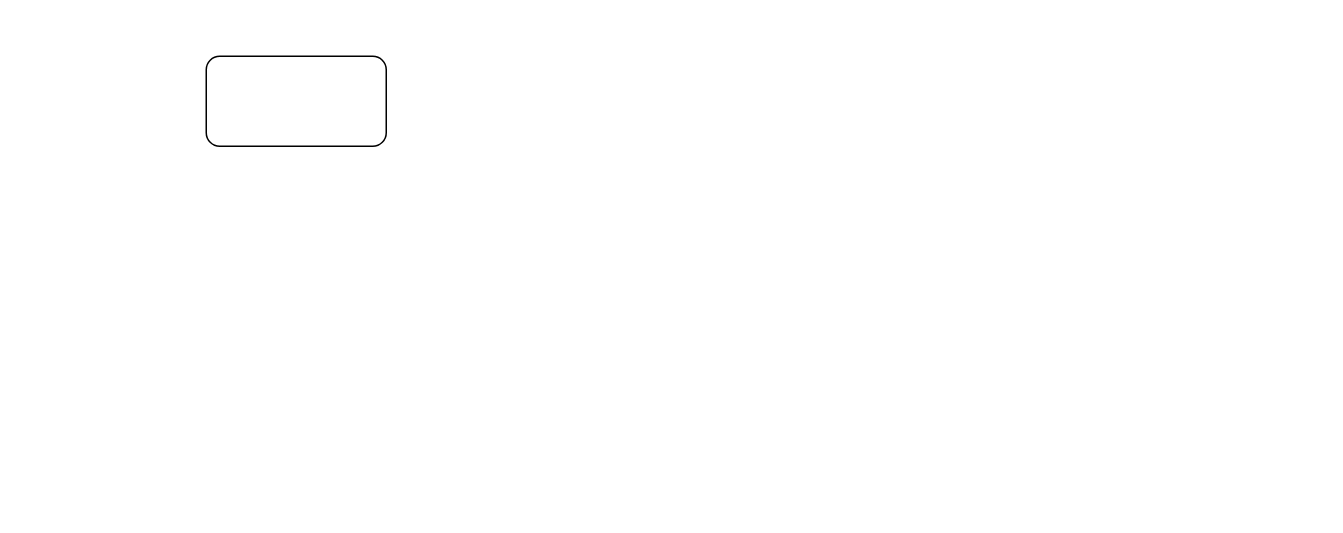
walkwall/drawing keeps this draw.io diagram as Untitled Diagram.drawio. Above is the earlier version. Source tidied: cells renumbered, new cells numbered last; positions are measured from the earlier drawing's top-left corner, leaving out a move shared by most shapes. Both pictures are drawn from the tidied source at 150%, with x=0, y=0 at pixel (206, 56).
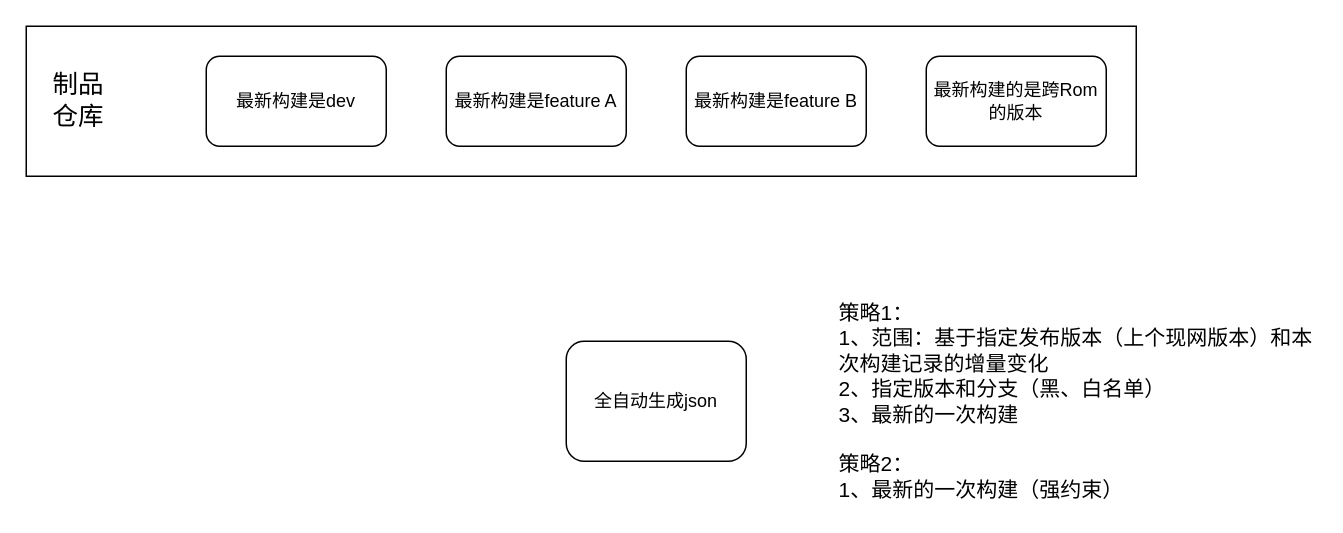
The same diagram, later.

What changed in the source:
```diff
@@
 <mxGraphModel>
   <root>
     <mxCell id="0" />
     <mxCell id="1" parent="0" />
+    <mxCell id="3" style="rounded=0;whiteSpace=wrap;html=1;" parent="1" vertex="1">
+      <mxGeometry x="-120" y="-20" width="740" height="100" as="geometry" />
+    </mxCell>
-    <mxCell id="2" style="rounded=1;whiteSpace=wrap;html=1;" parent="1" vertex="1">
+    <mxCell id="2" value="最新构建是dev" style="rounded=1;whiteSpace=wrap;html=1;" parent="1" vertex="1">
       <mxGeometry width="120" height="60" as="geometry" />
     </mxCell>
+    <mxCell id="4" value="最新构建是feature A" style="rounded=1;whiteSpace=wrap;html=1;" parent="1" vertex="1">
+      <mxGeometry x="160" width="120" height="60" as="geometry" />
+    </mxCell>
+    <mxCell id="5" value="最新构建是feature B" style="rounded=1;whiteSpace=wrap;html=1;" parent="1" vertex="1">
+      <mxGeometry x="320" width="120" height="60" as="geometry" />
+    </mxCell>
+    <mxCell id="6" value="全自动生成json" style="rounded=1;whiteSpace=wrap;html=1;" parent="1" vertex="1">
+      <mxGeometry x="240" y="190" width="120" height="80" as="geometry" />
+    </mxCell>
+    <mxCell id="7" value="制品仓库" style="text;html=1;strokeColor=none;fillColor=none;align=center;verticalAlign=middle;whiteSpace=wrap;rounded=0;fontSize=17;" parent="1" vertex="1">
+      <mxGeometry x="-110" y="15" width="50" height="30" as="geometry" />
+    </mxCell>
+    <mxCell id="8" value="最新构建的是跨Rom的版本" style="rounded=1;whiteSpace=wrap;html=1;" parent="1" vertex="1">
+      <mxGeometry x="480" width="120" height="60" as="geometry" />
+    </mxCell>
+    <mxCell id="9" value="策略1：&lt;br&gt;1、范围：基于指定发布版本（上个现网版本）和本次构建记录的增量变化&lt;br style=&quot;font-size: 14px&quot;&gt;2、指定版本和分支（黑、白名单）&lt;br style=&quot;font-size: 14px&quot;&gt;3、最新的一次构建&lt;br&gt;&lt;br&gt;策略2：&lt;br&gt;1、最新的一次构建（强约束）" style="text;html=1;strokeColor=none;fillColor=none;align=left;verticalAlign=middle;whiteSpace=wrap;rounded=0;fontSize=14;" parent="1" vertex="1">
+      <mxGeometry x="420" y="160" width="320" height="140" as="geometry" />
+    </mxCell>
   </root>
 </mxGraphModel>
```
